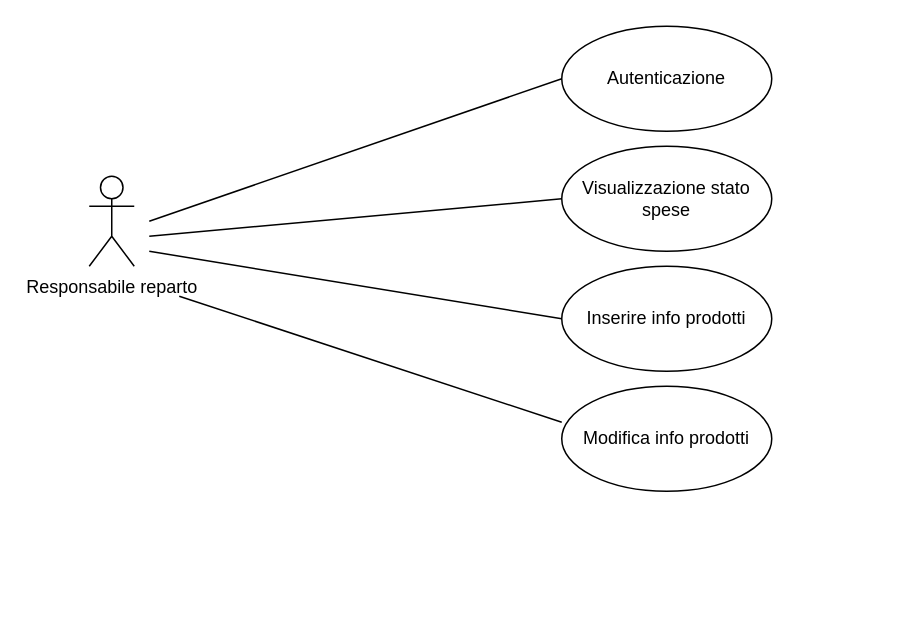
Above: UseCaseResponsabile.drawio in LorenzoMioso/ProgettoIngegneriaDelSoftware (draw.io), before the change. Source tidied: cells renumbered, new cells numbered last; positions are measured from the earlier drawing's top-left corner, leaving out a move shared by most shapes. Both pictures are drawn from the tidied source at 150%, with x=0, y=0 at pixel (88, 26).
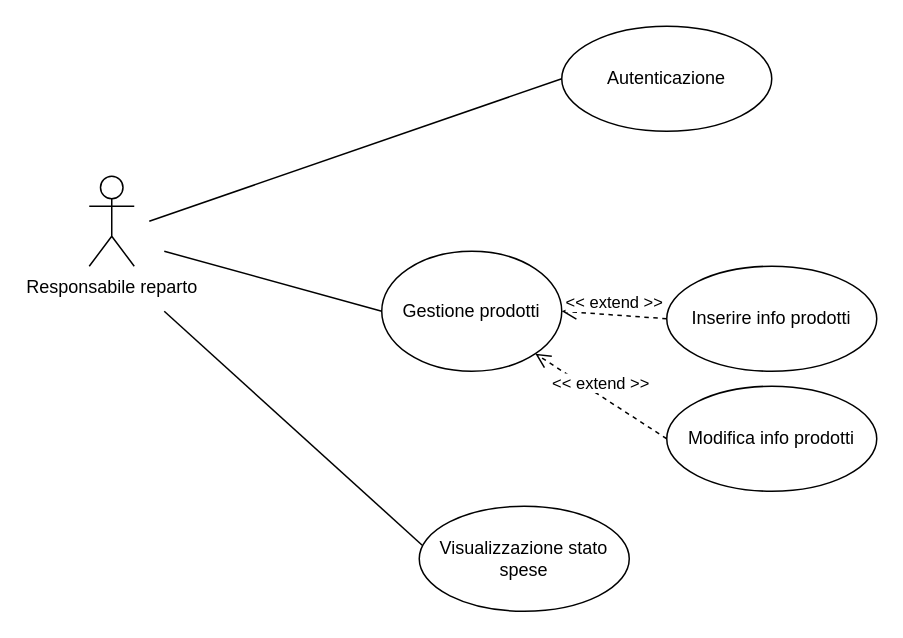
Above is the later version.

The edit, as a diff of the source:
```diff
@@
 <mxGraphModel background="#ffffff">
   <root>
     <mxCell id="0" />
     <mxCell id="1" parent="0" />
     <mxCell id="2" value="Responsabile reparto" style="shape=umlActor;verticalLabelPosition=bottom;labelBackgroundColor=#ffffff;verticalAlign=top;html=1;" parent="1" vertex="1">
       <mxGeometry y="100" width="30" height="60" as="geometry" />
     </mxCell>
     <mxCell id="3" value="Autenticazione" style="ellipse;whiteSpace=wrap;html=1;" parent="1" vertex="1">
       <mxGeometry x="315" width="140" height="70" as="geometry" />
     </mxCell>
     <mxCell id="4" style="endArrow=none;html=1;entryX=0;entryY=0.5;entryDx=0;entryDy=0;" parent="1" edge="1" target="3">
       <mxGeometry relative="1" as="geometry">
         <mxPoint x="40" y="130" as="sourcePoint" />
       </mxGeometry>
     </mxCell>
     <mxCell id="5" value="Inserire info prodotti" style="ellipse;whiteSpace=wrap;html=1;" parent="1" vertex="1">
-      <mxGeometry x="315" y="160" width="140" height="70" as="geometry" />
+      <mxGeometry x="385" y="160" width="140" height="70" as="geometry" />
     </mxCell>
-    <mxCell id="6" style="endArrow=none;html=1;entryX=0;entryY=0.5;entryDx=0;entryDy=0;" parent="1" edge="1" target="5">
-      <mxGeometry relative="1" as="geometry">
-        <mxPoint x="40" y="150" as="sourcePoint" />
-      </mxGeometry>
-    </mxCell>
     <mxCell id="7" value="Visualizzazione stato spese" style="ellipse;whiteSpace=wrap;html=1;" parent="1" vertex="1">
-      <mxGeometry x="315" y="80" width="140" height="70" as="geometry" />
+      <mxGeometry x="220" y="320" width="140" height="70" as="geometry" />
     </mxCell>
-    <mxCell id="8" style="endArrow=none;html=1;entryX=0;entryY=0.5;entryDx=0;entryDy=0;" parent="1" edge="1" target="7">
-      <mxGeometry relative="1" as="geometry">
-        <mxPoint x="40" y="140" as="sourcePoint" />
-      </mxGeometry>
-    </mxCell>
     <mxCell id="9" value="Modifica info prodotti" style="ellipse;whiteSpace=wrap;html=1;" parent="1" vertex="1">
-      <mxGeometry x="315" y="240" width="140" height="70" as="geometry" />
+      <mxGeometry x="385" y="240" width="140" height="70" as="geometry" />
     </mxCell>
-    <mxCell id="10" style="endArrow=none;html=1;exitX=0;exitY=0.343;exitDx=0;exitDy=0;exitPerimeter=0;" parent="1" edge="1" source="9">
-      <mxGeometry relative="1" as="geometry">
-        <mxPoint x="60" y="180" as="targetPoint" />
-      </mxGeometry>
-    </mxCell>
+    <mxCell id="11" value="Gestione prodotti" style="ellipse;whiteSpace=wrap;html=1;" parent="1" vertex="1">
+      <mxGeometry x="195" y="150" width="120" height="80" as="geometry" />
+    </mxCell>
+    <mxCell id="12" style="endArrow=none;html=1;entryX=0;entryY=0.5;entryDx=0;entryDy=0;" parent="1" edge="1" target="11">
+      <mxGeometry relative="1" as="geometry">
+        <mxPoint x="50" y="150" as="sourcePoint" />
+      </mxGeometry>
+    </mxCell>
+    <mxCell id="13" value="&amp;lt;&amp;lt; extend &amp;gt;&amp;gt;" style="html=1;verticalAlign=bottom;endArrow=open;dashed=1;endSize=8;entryX=1;entryY=0.5;entryDx=0;entryDy=0;exitX=0;exitY=0.5;exitDx=0;exitDy=0;" parent="1" edge="1" source="5" target="11">
+      <mxGeometry relative="1" as="geometry" />
+    </mxCell>
+    <mxCell id="14" value="&amp;lt;&amp;lt; extend &amp;gt;&amp;gt;" style="html=1;verticalAlign=bottom;endArrow=open;dashed=1;endSize=8;entryX=1;entryY=1;entryDx=0;entryDy=0;exitX=0;exitY=0.5;exitDx=0;exitDy=0;" parent="1" edge="1" source="9" target="11">
+      <mxGeometry relative="1" as="geometry" />
+    </mxCell>
+    <mxCell id="15" style="endArrow=none;html=1;entryX=0.014;entryY=0.371;entryDx=0;entryDy=0;entryPerimeter=0;" parent="1" edge="1" target="7">
+      <mxGeometry relative="1" as="geometry">
+        <mxPoint x="50" y="190" as="sourcePoint" />
+      </mxGeometry>
+    </mxCell>
   </root>
 </mxGraphModel>
```
